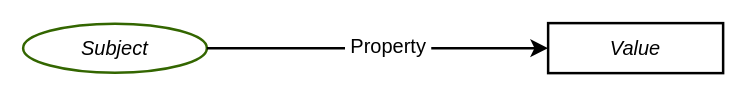
The draw.io diagram diagrams/claim.drawio in w3c/vc-overview, before the edit. Source tidied: cells renumbered, new cells numbered last; positions are measured from the earlier drawing's top-left corner, leaving out a move shared by most shapes. Both pictures are drawn from the tidied source at 125%, with x=0, y=0 at pixel (22, 22).
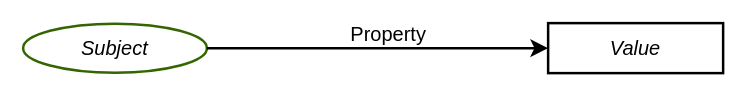
Above is the later version.

What changed in the source:
```diff
@@
 <mxGraphModel>
   <root>
     <mxCell id="0" />
     <mxCell id="1" parent="0" />
     <mxCell id="2" value="&lt;i&gt;&lt;font color=&quot;#000000&quot;&gt;Subject&lt;/font&gt;&lt;/i&gt;" style="ellipse;whiteSpace=wrap;html=1;fontSize=16;fillColor=none;strokeWidth=2;strokeColor=#336600;" parent="1" vertex="1">
       <mxGeometry y="0.4" width="147" height="39.2" as="geometry" />
     </mxCell>
     <mxCell id="3" value="&lt;i&gt;&lt;font color=&quot;#000000&quot;&gt;Value&lt;/font&gt;&lt;/i&gt;" style="rounded=0;whiteSpace=wrap;html=1;fontSize=16;fillColor=none;strokeWidth=2;" parent="1" vertex="1">
       <mxGeometry x="420" width="140" height="40" as="geometry" />
     </mxCell>
     <mxCell id="4" style="endArrow=classic;html=1;rounded=0;fontSize=12;startSize=8;endSize=8;curved=1;entryX=0;entryY=0.5;entryDx=0;entryDy=0;exitX=1;exitY=0.5;exitDx=0;exitDy=0;strokeWidth=2;fontStyle=2;" parent="1" edge="1" source="2" target="3">
       <mxGeometry relative="1" as="geometry" />
     </mxCell>
-    <mxCell id="5" value="&amp;nbsp;Property&amp;nbsp;" style="edgeLabel;html=1;align=center;verticalAlign=middle;fontSize=16;" parent="4" vertex="1">
+    <mxCell id="5" value="&amp;nbsp;Property&amp;nbsp;" style="edgeLabel;html=1;align=center;verticalAlign=middle;fontSize=16;labelBackgroundColor=none;" parent="4" vertex="1">
       <mxGeometry x="0.13" y="-2" relative="1" as="geometry">
-        <mxPoint x="-10" y="-5" as="offset" />
+        <mxPoint x="-10" y="-14" as="offset" />
       </mxGeometry>
     </mxCell>
   </root>
 </mxGraphModel>
```
